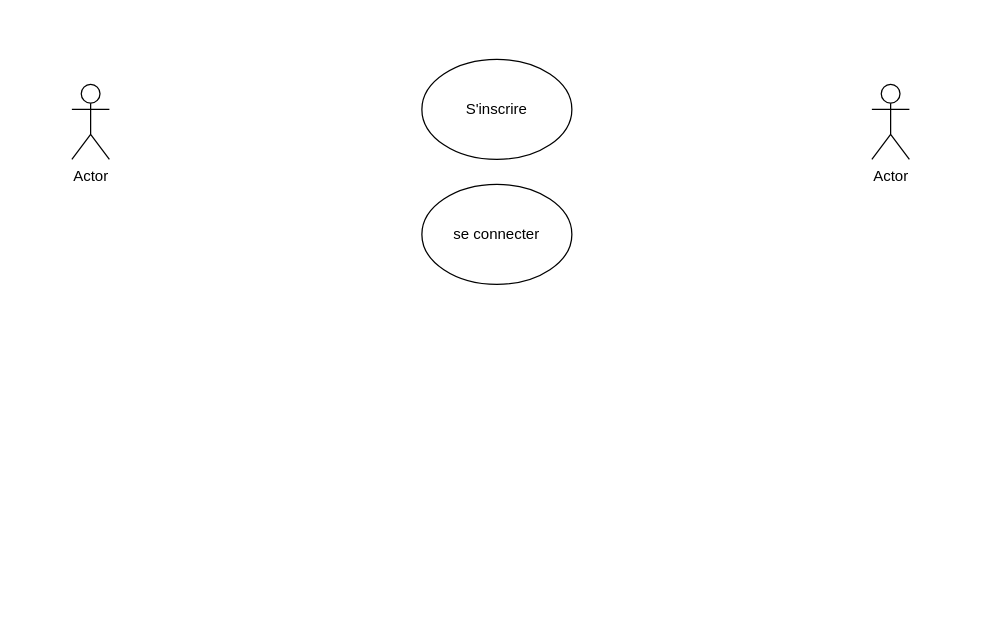
OKALAN/Guisnako keeps this draw.io diagram as Diagramme sans nom.drawio. Above is the earlier version. Source tidied: cells renumbered, new cells numbered last; positions are measured from the earlier drawing's top-left corner, leaving out a move shared by most shapes. Both pictures are drawn from the tidied source at 125%, with x=0, y=0 at pixel (71, 59).
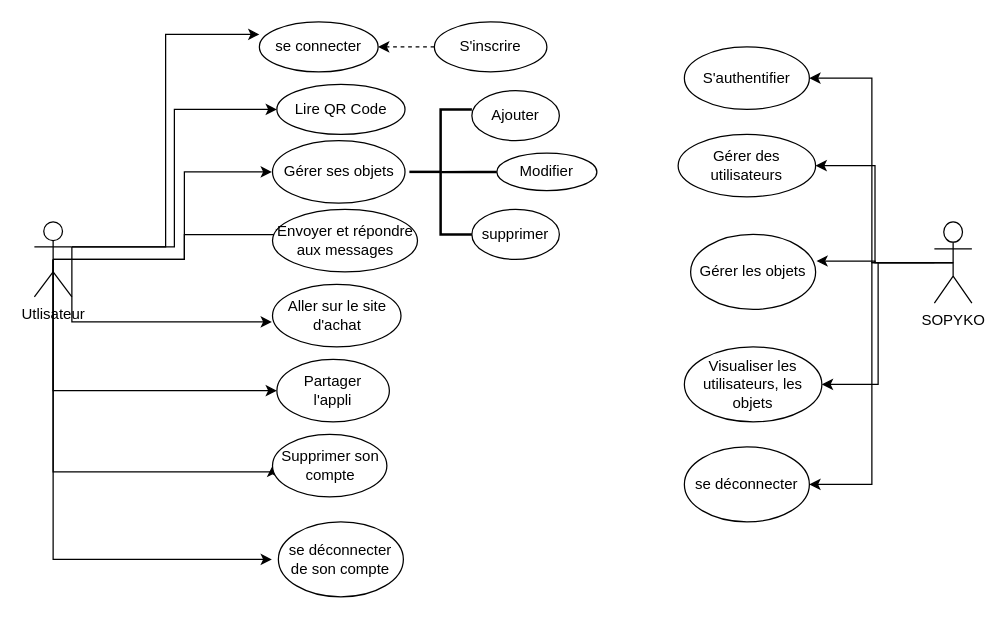
Above is the later version.

Commit message:
use case gisnako.drawio

Change to the diagram source:
```diff
@@
+    <mxCell id="6" style="edgeStyle=orthogonalEdgeStyle;rounded=0;jettySize=auto;html=1;exitX=1;exitY=0.3333333333333333;exitDx=0;exitDy=0;exitPerimeter=0;entryX=0;entryY=0.25;entryDx=0;entryDy=0;entryPerimeter=0;" parent="1" edge="1" source="2" target="5">
+      <mxGeometry relative="1" as="geometry" />
+    </mxCell>
+    <mxCell id="7" style="edgeStyle=orthogonalEdgeStyle;rounded=0;jettySize=auto;html=1;exitX=1;exitY=0.3333333333333333;exitDx=0;exitDy=0;exitPerimeter=0;entryX=0;entryY=0.5;entryDx=0;entryDy=0;" parent="1" edge="1" source="2" target="20">
+      <mxGeometry relative="1" as="geometry" />
+    </mxCell>
+    <mxCell id="8" style="edgeStyle=orthogonalEdgeStyle;rounded=0;jettySize=auto;html=1;exitX=0.5;exitY=0.5;exitDx=0;exitDy=0;exitPerimeter=0;" parent="1" edge="1" source="2">
+      <mxGeometry relative="1" as="geometry">
+        <mxPoint x="160" y="90" as="targetPoint" />
+        <Array as="points">
+          <mxPoint x="90" y="160" />
+          <mxPoint x="90" y="90" />
+        </Array>
+      </mxGeometry>
+    </mxCell>
+    <mxCell id="9" style="edgeStyle=orthogonalEdgeStyle;rounded=0;jettySize=auto;html=1;exitX=0.5;exitY=0.5;exitDx=0;exitDy=0;exitPerimeter=0;entryX=0.1;entryY=0.403;entryDx=0;entryDy=0;entryPerimeter=0;" parent="1" edge="1" source="2" target="22">
+      <mxGeometry relative="1" as="geometry">
+        <Array as="points">
+          <mxPoint x="90" y="160" />
+          <mxPoint x="90" y="140" />
+        </Array>
+      </mxGeometry>
+    </mxCell>
+    <mxCell id="10" style="edgeStyle=orthogonalEdgeStyle;rounded=0;jettySize=auto;html=1;exitX=1;exitY=0.3333333333333333;exitDx=0;exitDy=0;exitPerimeter=0;" parent="1" edge="1" source="2">
+      <mxGeometry relative="1" as="geometry">
+        <mxPoint x="160" y="210" as="targetPoint" />
+        <Array as="points">
+          <mxPoint y="210" />
+        </Array>
+      </mxGeometry>
+    </mxCell>
+    <mxCell id="11" style="edgeStyle=orthogonalEdgeStyle;rounded=0;jettySize=auto;html=1;exitX=0.5;exitY=0.5;exitDx=0;exitDy=0;exitPerimeter=0;entryX=0;entryY=0.5;entryDx=0;entryDy=0;" parent="1" edge="1" source="2" target="24">
+      <mxGeometry relative="1" as="geometry">
+        <Array as="points">
+          <mxPoint x="-15" y="265" />
+        </Array>
+      </mxGeometry>
+    </mxCell>
+    <mxCell id="12" style="edgeStyle=orthogonalEdgeStyle;rounded=0;jettySize=auto;html=1;exitX=0.5;exitY=0.5;exitDx=0;exitDy=0;exitPerimeter=0;entryX=0;entryY=0.5;entryDx=0;entryDy=0;" parent="1" edge="1" source="2" target="26">
+      <mxGeometry relative="1" as="geometry">
+        <Array as="points">
+          <mxPoint x="-15" y="330" />
+          <mxPoint x="160" y="330" />
+        </Array>
+      </mxGeometry>
+    </mxCell>
+    <mxCell id="13" style="edgeStyle=orthogonalEdgeStyle;rounded=0;jettySize=auto;html=1;exitX=0.5;exitY=0.5;exitDx=0;exitDy=0;exitPerimeter=0;" parent="1" edge="1" source="2">
+      <mxGeometry relative="1" as="geometry">
+        <mxPoint x="160" y="400" as="targetPoint" />
+        <Array as="points">
+          <mxPoint x="-15" y="400" />
+        </Array>
+      </mxGeometry>
+    </mxCell>
-    <mxCell id="2" value="Actor" style="shape=umlActor;verticalLabelPosition=bottom;verticalAlign=top;html=1;outlineConnect=0;" parent="1" vertex="1">
-      <mxGeometry y="20" width="30" height="60" as="geometry" />
+    <mxCell id="2" value="Utlisateur" style="shape=umlActor;verticalLabelPosition=bottom;verticalAlign=top;html=1;outlineConnect=0;" parent="1" vertex="1">
+      <mxGeometry x="-30" y="130" width="30" height="60" as="geometry" />
     </mxCell>
+    <mxCell id="14" style="edgeStyle=orthogonalEdgeStyle;rounded=0;jettySize=auto;html=1;exitX=0.5;exitY=0.5;exitDx=0;exitDy=0;exitPerimeter=0;entryX=1;entryY=0.5;entryDx=0;entryDy=0;" parent="1" edge="1" source="3" target="32">
+      <mxGeometry relative="1" as="geometry" />
+    </mxCell>
+    <mxCell id="15" style="edgeStyle=orthogonalEdgeStyle;rounded=0;jettySize=auto;html=1;exitX=0.5;exitY=0.5;exitDx=0;exitDy=0;exitPerimeter=0;entryX=1;entryY=0.5;entryDx=0;entryDy=0;" parent="1" edge="1" source="3" target="34">
+      <mxGeometry relative="1" as="geometry" />
+    </mxCell>
+    <mxCell id="16" style="edgeStyle=orthogonalEdgeStyle;rounded=0;jettySize=auto;html=1;entryX=1.007;entryY=0.356;entryDx=0;entryDy=0;entryPerimeter=0;" parent="1" edge="1" source="3" target="35">
+      <mxGeometry relative="1" as="geometry" />
+    </mxCell>
+    <mxCell id="17" style="edgeStyle=orthogonalEdgeStyle;rounded=0;jettySize=auto;html=1;exitX=0.5;exitY=0.5;exitDx=0;exitDy=0;exitPerimeter=0;entryX=1;entryY=0.5;entryDx=0;entryDy=0;" parent="1" edge="1" source="3" target="33">
+      <mxGeometry relative="1" as="geometry" />
+    </mxCell>
+    <mxCell id="18" style="edgeStyle=orthogonalEdgeStyle;rounded=0;jettySize=auto;html=1;exitX=0.5;exitY=0.5;exitDx=0;exitDy=0;exitPerimeter=0;entryX=1;entryY=0.5;entryDx=0;entryDy=0;" parent="1" edge="1" source="3" target="36">
+      <mxGeometry relative="1" as="geometry" />
+    </mxCell>
-    <mxCell id="3" value="Actor" style="shape=umlActor;verticalLabelPosition=bottom;verticalAlign=top;html=1;outlineConnect=0;" parent="1" vertex="1">
-      <mxGeometry x="640" y="20" width="30" height="60" as="geometry" />
+    <mxCell id="3" value="SOPYKO&lt;br&gt;&lt;br&gt;" style="shape=umlActor;verticalLabelPosition=bottom;verticalAlign=top;html=1;outlineConnect=0;" parent="1" vertex="1">
+      <mxGeometry x="690" y="130" width="30" height="65" as="geometry" />
     </mxCell>
+    <mxCell id="19" style="edgeStyle=orthogonalEdgeStyle;rounded=0;jettySize=auto;html=1;entryX=1;entryY=0.5;entryDx=0;entryDy=0;dashed=1;" parent="1" edge="1" source="4" target="5">
+      <mxGeometry relative="1" as="geometry" />
+    </mxCell>
     <mxCell id="4" value="S'inscrire" style="ellipse;whiteSpace=wrap;html=1;" parent="1" vertex="1">
-      <mxGeometry x="280" width="120" height="80" as="geometry" />
+      <mxGeometry x="290" y="-30" width="90" height="40" as="geometry" />
     </mxCell>
     <mxCell id="5" value="se connecter" style="ellipse;whiteSpace=wrap;html=1;" parent="1" vertex="1">
-      <mxGeometry x="280" y="100" width="120" height="80" as="geometry" />
+      <mxGeometry x="150" y="-30" width="95" height="40" as="geometry" />
     </mxCell>
+    <mxCell id="20" value="Lire QR Code" style="ellipse;whiteSpace=wrap;html=1;" parent="1" vertex="1">
+      <mxGeometry x="164" y="20" width="102.5" height="40" as="geometry" />
+    </mxCell>
+    <mxCell id="21" value="Gérer ses objets" style="ellipse;whiteSpace=wrap;html=1;" parent="1" vertex="1">
+      <mxGeometry x="160.5" y="65" width="106" height="50" as="geometry" />
+    </mxCell>
+    <mxCell id="22" value="Envoyer et répondre aux messages" style="ellipse;whiteSpace=wrap;html=1;" parent="1" vertex="1">
+      <mxGeometry x="160.5" y="120" width="116" height="50" as="geometry" />
+    </mxCell>
+    <mxCell id="23" value="Aller sur le site d'achat" style="ellipse;whiteSpace=wrap;html=1;" parent="1" vertex="1">
+      <mxGeometry x="160.5" y="180" width="102.8" height="50" as="geometry" />
+    </mxCell>
+    <mxCell id="24" value="Partager&lt;br&gt;l'appli" style="ellipse;whiteSpace=wrap;html=1;" parent="1" vertex="1">
+      <mxGeometry x="164" y="240" width="90" height="50" as="geometry" />
+    </mxCell>
+    <mxCell id="25" value="se déconnecter&lt;br&gt;de son compte" style="ellipse;whiteSpace=wrap;html=1;" parent="1" vertex="1">
+      <mxGeometry x="165.2" y="370" width="100" height="60" as="geometry" />
+    </mxCell>
+    <mxCell id="26" value="Supprimer son compte" style="ellipse;whiteSpace=wrap;html=1;" parent="1" vertex="1">
+      <mxGeometry x="160.5" y="300" width="91.5" height="50" as="geometry" />
+    </mxCell>
+    <mxCell id="27" style="edgeStyle=orthogonalEdgeStyle;rounded=0;jettySize=auto;html=1;exitX=0;exitY=0.5;exitDx=0;exitDy=0;entryX=0.511;entryY=0.502;entryDx=0;entryDy=0;entryPerimeter=0;endArrow=none;endFill=0;strokeWidth=2;" parent="1" edge="1" source="28" target="31">
+      <mxGeometry relative="1" as="geometry" />
+    </mxCell>
+    <mxCell id="28" value="Modifier" style="ellipse;whiteSpace=wrap;html=1;" parent="1" vertex="1">
+      <mxGeometry x="340" y="75" width="80" height="30" as="geometry" />
+    </mxCell>
+    <mxCell id="29" value="Ajouter" style="ellipse;whiteSpace=wrap;html=1;" parent="1" vertex="1">
+      <mxGeometry x="320" y="25" width="70" height="40" as="geometry" />
+    </mxCell>
+    <mxCell id="30" value="supprimer" style="ellipse;whiteSpace=wrap;html=1;" parent="1" vertex="1">
+      <mxGeometry x="320" y="120" width="70" height="40" as="geometry" />
+    </mxCell>
+    <mxCell id="31" style="strokeWidth=2;html=1;shape=mxgraph.flowchart.annotation_2;align=left;labelPosition=right;" parent="1" vertex="1">
+      <mxGeometry x="270" y="40" width="50" height="100" as="geometry" />
+    </mxCell>
+    <mxCell id="32" value="S'authentifier" style="ellipse;whiteSpace=wrap;html=1;" parent="1" vertex="1">
+      <mxGeometry x="490" y="-10" width="100" height="50" as="geometry" />
+    </mxCell>
+    <mxCell id="33" value="Visualiser les utilisateurs, les objets" style="ellipse;whiteSpace=wrap;html=1;" parent="1" vertex="1">
+      <mxGeometry x="490" y="230" width="110" height="60" as="geometry" />
+    </mxCell>
+    <mxCell id="34" value="Gérer des utilisateurs" style="ellipse;whiteSpace=wrap;html=1;" parent="1" vertex="1">
+      <mxGeometry x="485" y="60" width="110" height="50" as="geometry" />
+    </mxCell>
+    <mxCell id="35" value="Gérer les objets" style="ellipse;whiteSpace=wrap;html=1;" parent="1" vertex="1">
+      <mxGeometry x="495" y="140" width="100" height="60" as="geometry" />
+    </mxCell>
+    <mxCell id="36" value="se déconnecter" style="ellipse;whiteSpace=wrap;html=1;" parent="1" vertex="1">
+      <mxGeometry x="490" y="310" width="100" height="60" as="geometry" />
+    </mxCell>
```
